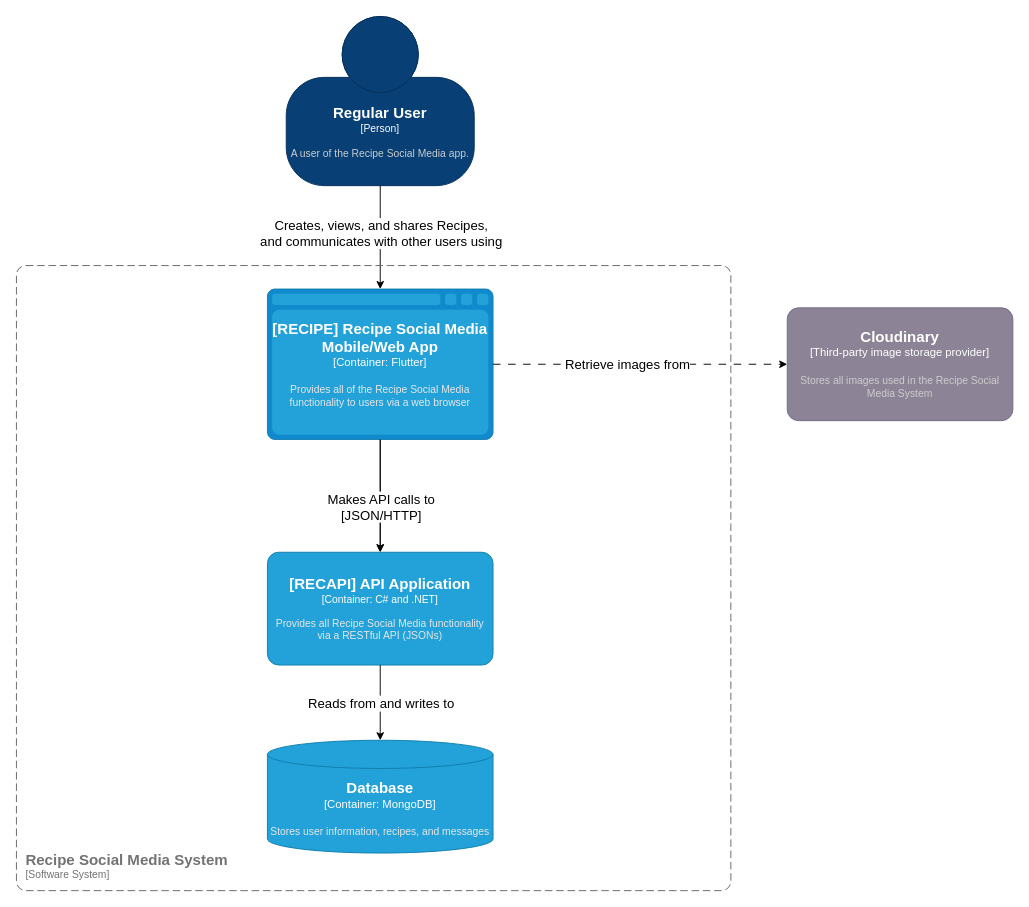
The draw.io diagram Diagrams/Container Diagram.drawio in Andrei-Constantin-Programmer/LangfoodiAPI, before the edit. Source tidied: cells renumbered, new cells numbered last; positions are measured from the earlier drawing's top-left corner, leaving out a move shared by most shapes. Both pictures are drawn from the tidied source at 94%, with x=0, y=0 at pixel (16, 16).
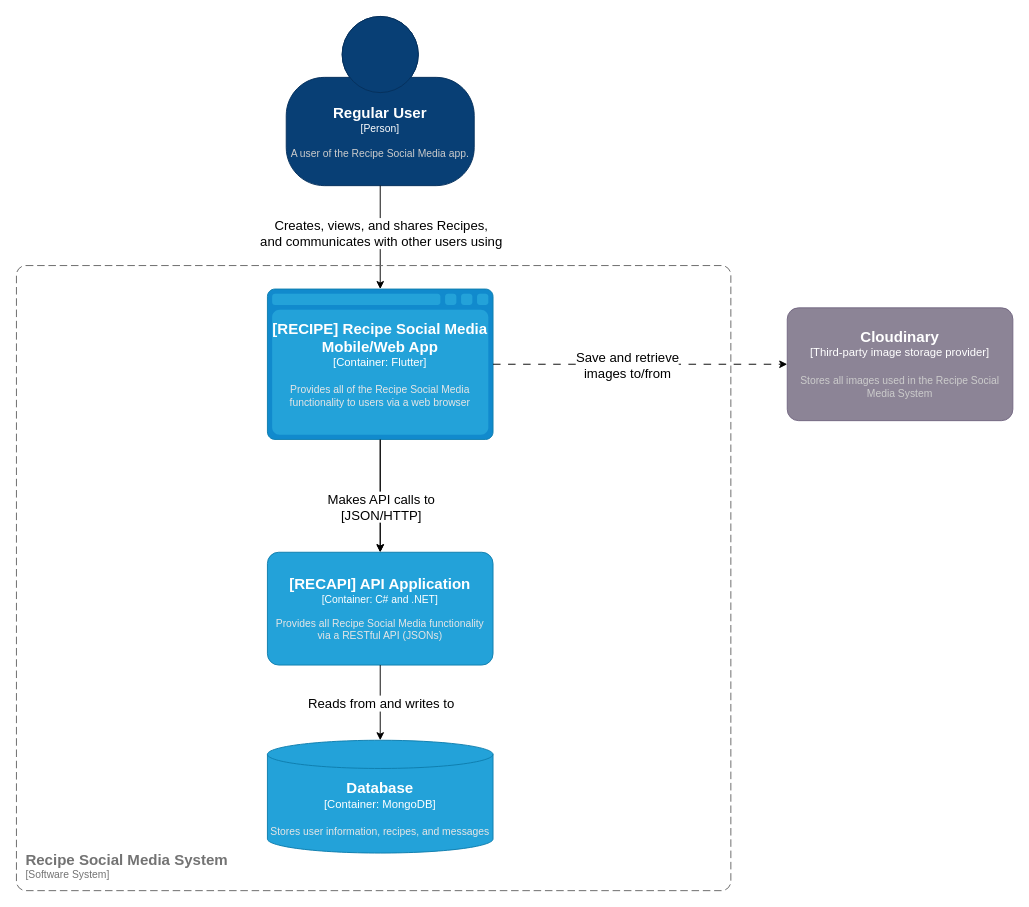
After the change.

Commit message (it also covers changes not shown here):
Small refactoring for the Container Diagram

The change refers to these unchanged cells:
```xml
<mxCell id="15" style="edgeStyle=orthogonalEdgeStyle;rounded=0;jettySize=auto;html=1;entryX=0;entryY=0.5;entryDx=0;entryDy=0;entryPerimeter=0;dashed=1;dashPattern=8 8;" parent="1" edge="1" source="4" target="14">
  <mxGeometry relative="1" as="geometry" />
</mxCell>
```

Change to the diagram source:
```diff
@@
-    <mxCell id="16" value="Retrieve images from" style="edgeLabel;html=1;align=center;verticalAlign=middle;fontSize=14;" parent="15" vertex="1">
+    <mxCell id="16" value="Save and retrieve &lt;br&gt;images to/from" style="edgeLabel;html=1;align=center;verticalAlign=middle;fontSize=14;" parent="15" vertex="1">
       <mxGeometry x="-0.09" y="-1" relative="1" as="geometry">
         <mxPoint y="-1" as="offset" />
       </mxGeometry>
     </mxCell>
```
